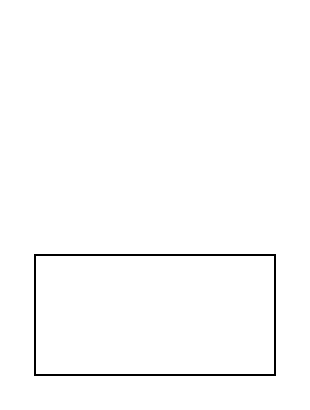
Before: Infrastructure/Diagramme sans nom.drawio in sershoks/minecraft, a draw.io diagram. Source tidied: cells renumbered, new cells numbered last; positions are measured from the earlier drawing's top-left corner, leaving out a move shared by most shapes. Both pictures are drawn from the tidied source at 200%, with x=0, y=0 at pixel (34, 254).
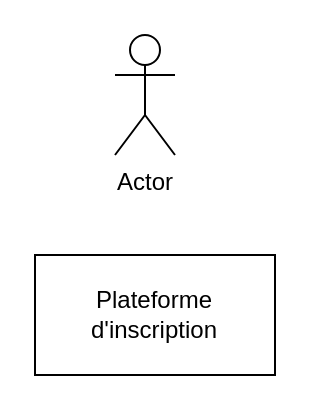
The same diagram, later.

Commit message (it also covers changes not shown here):
Mettre à jour Diagramme sans nom.drawio

The edit, as a diff of the source:
```diff
@@
 <mxGraphModel>
   <root>
     <mxCell id="0" />
     <mxCell id="1" parent="0" />
-    <mxCell id="2" style="rounded=0;whiteSpace=wrap;html=1;" parent="1" vertex="1">
+    <mxCell id="2" value="&lt;div&gt;Plateforme&lt;/div&gt;&lt;div&gt;d'inscription&lt;/div&gt;" style="rounded=0;whiteSpace=wrap;html=1;" parent="1" vertex="1">
       <mxGeometry width="120" height="60" as="geometry" />
     </mxCell>
+    <mxCell id="3" value="Actor" style="shape=umlActor;verticalLabelPosition=bottom;verticalAlign=top;html=1;" parent="1" vertex="1">
+      <mxGeometry x="40" y="-110" width="30" height="60" as="geometry" />
+    </mxCell>
   </root>
 </mxGraphModel>
```
